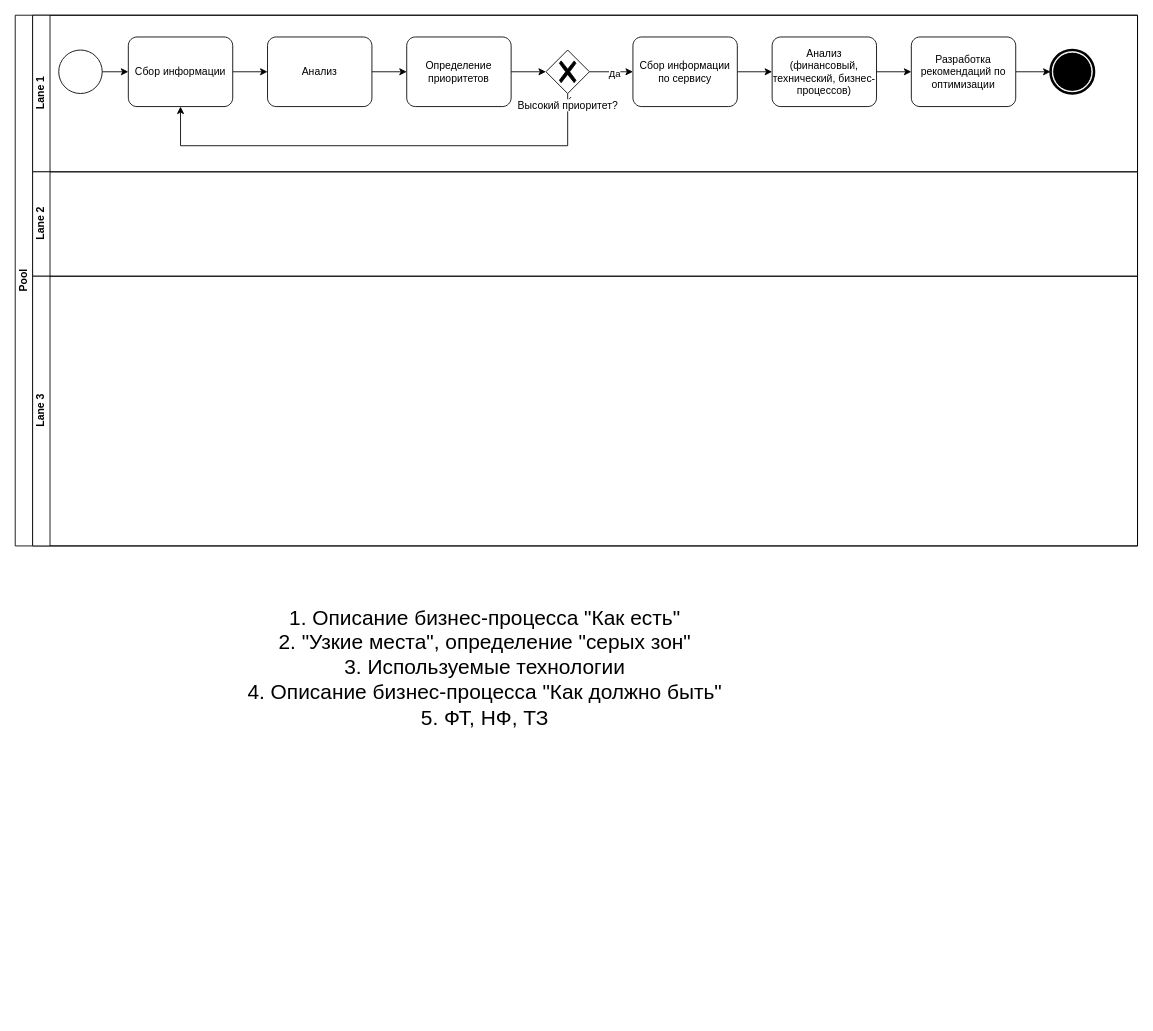
Earlier version of the draw.io diagram Диаграмма без названия.drawio (jsob/diagrams). Source tidied: cells renumbered, new cells numbered last; positions are measured from the earlier drawing's top-left corner, leaving out a move shared by most shapes. Both pictures are drawn from the tidied source at 87%, with x=0, y=0 at pixel (15, 15).
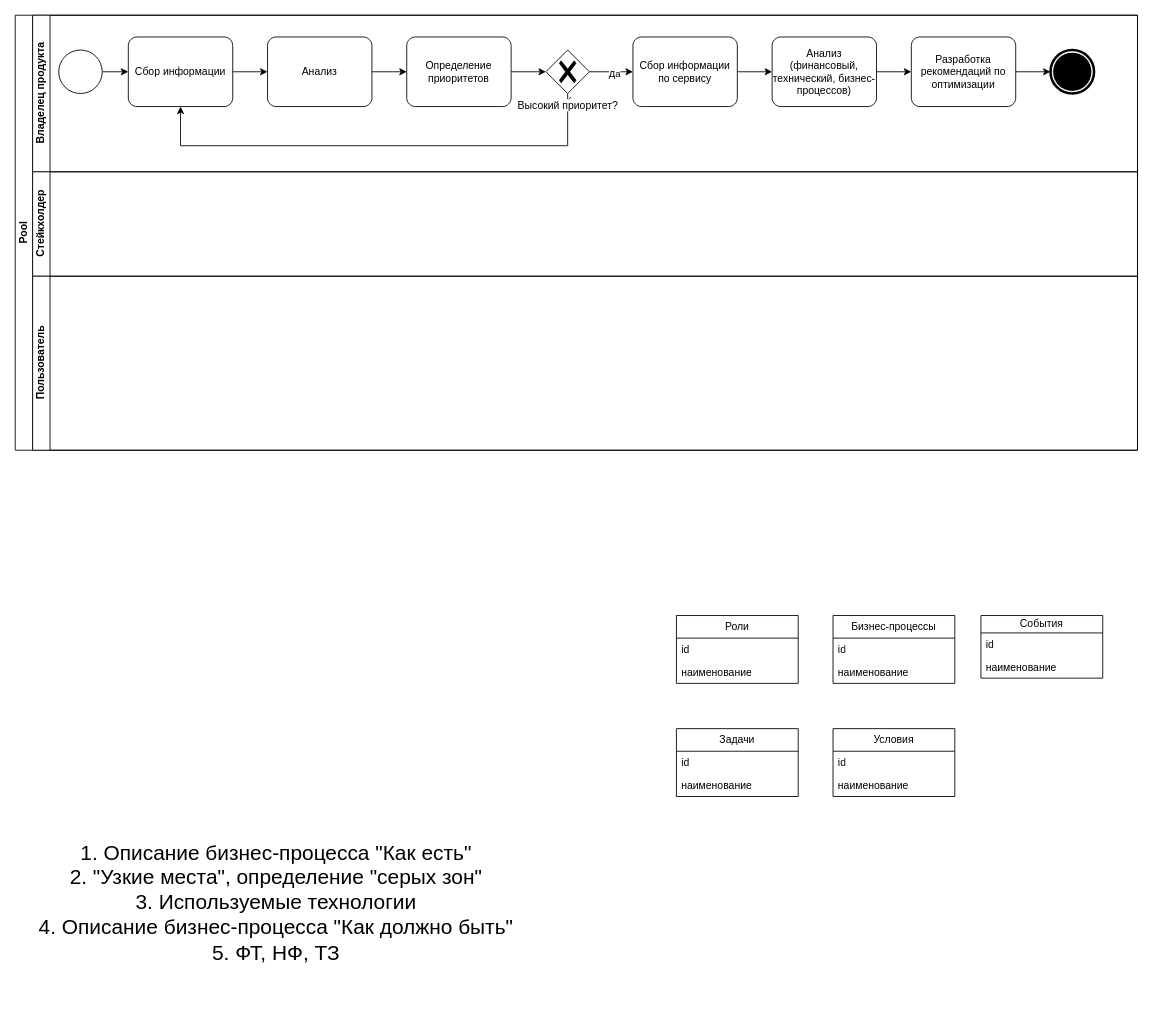
After the change.

Diff of the diagram source:
```diff
@@
-    <mxCell id="21" value="1. Описание бизнес-процесса &quot;Как есть&quot;&lt;br&gt;2. &quot;Узкие места&quot;, определение &quot;серых зон&quot;&lt;br&gt;3. Используемые технологии&lt;br&gt;4. Описание бизнес-процесса &quot;Как должно быть&quot;&lt;br&gt;5. ФТ, НФ, ТЗ" style="text;html=1;strokeColor=none;fillColor=none;align=center;verticalAlign=middle;whiteSpace=wrap;rounded=0;fontSize=24;" parent="1" vertex="1">
-      <mxGeometry x="250" y="620" width="580" height="260" as="geometry" />
-    </mxCell>
     <mxCell id="22" value="Pool" style="swimlane;html=1;horizontal=0;startSize=20;whiteSpace=wrap;" parent="1" vertex="1">
-      <mxGeometry width="1290" height="610" as="geometry" />
+      <mxGeometry width="1290" height="500" as="geometry" />
     </mxCell>
-    <mxCell id="23" value="Lane 1" style="swimlane;html=1;startSize=20;horizontal=0;" parent="22" vertex="1">
+    <mxCell id="23" value="Владелец продукта" style="swimlane;html=1;startSize=20;horizontal=0;" parent="22" vertex="1">
       <mxGeometry x="20" width="1270" height="180" as="geometry" />
     </mxCell>
-    <mxCell id="24" value="Lane 2" style="swimlane;html=1;startSize=20;horizontal=0;" parent="22" vertex="1">
+    <mxCell id="24" value="Стейкхолдер" style="swimlane;html=1;startSize=20;horizontal=0;" parent="22" vertex="1">
       <mxGeometry x="20" y="180" width="1270" height="120" as="geometry" />
     </mxCell>
-    <mxCell id="25" value="Lane 3" style="swimlane;html=1;startSize=20;horizontal=0;" parent="22" vertex="1">
-      <mxGeometry x="20" y="300" width="1270" height="310" as="geometry" />
+    <mxCell id="25" value="Пользователь" style="swimlane;html=1;startSize=20;horizontal=0;" parent="22" vertex="1">
+      <mxGeometry x="20" y="300" width="1270" height="200" as="geometry" />
     </mxCell>
+    <mxCell id="21" value="1. Описание бизнес-процесса &quot;Как есть&quot;&lt;br&gt;2. &quot;Узкие места&quot;, определение &quot;серых зон&quot;&lt;br&gt;3. Используемые технологии&lt;br&gt;4. Описание бизнес-процесса &quot;Как должно быть&quot;&lt;br&gt;5. ФТ, НФ, ТЗ" style="text;html=1;strokeColor=none;fillColor=none;align=center;verticalAlign=middle;whiteSpace=wrap;rounded=0;fontSize=24;" parent="1" vertex="1">
+      <mxGeometry x="10" y="890" width="580" height="260" as="geometry" />
+    </mxCell>
+    <mxCell id="26" value="Роли" style="swimlane;fontStyle=0;horizontal=1;startSize=26;fillColor=none;whiteSpace=wrap;html=1;" parent="1" vertex="1">
+      <mxGeometry x="760" y="690" width="140" height="78" as="geometry" />
+    </mxCell>
+    <mxCell id="27" value="id" style="text;strokeColor=none;fillColor=none;align=left;verticalAlign=top;spacingLeft=4;spacingRight=4;overflow=hidden;whiteSpace=wrap;html=1;" parent="26" vertex="1">
+      <mxGeometry y="26" width="140" height="26" as="geometry" />
+    </mxCell>
+    <mxCell id="28" value="наименование" style="text;strokeColor=none;fillColor=none;align=left;verticalAlign=top;spacingLeft=4;spacingRight=4;overflow=hidden;whiteSpace=wrap;html=1;" parent="26" vertex="1">
+      <mxGeometry y="52" width="140" height="26" as="geometry" />
+    </mxCell>
+    <mxCell id="29" value="Бизнес-процессы" style="swimlane;fontStyle=0;horizontal=1;startSize=26;fillColor=none;whiteSpace=wrap;html=1;" parent="1" vertex="1">
+      <mxGeometry x="940" y="690" width="140" height="78" as="geometry" />
+    </mxCell>
+    <mxCell id="30" value="id" style="text;strokeColor=none;fillColor=none;align=left;verticalAlign=top;spacingLeft=4;spacingRight=4;overflow=hidden;whiteSpace=wrap;html=1;" parent="29" vertex="1">
+      <mxGeometry y="26" width="140" height="26" as="geometry" />
+    </mxCell>
+    <mxCell id="31" value="наименование" style="text;strokeColor=none;fillColor=none;align=left;verticalAlign=top;spacingLeft=4;spacingRight=4;overflow=hidden;whiteSpace=wrap;html=1;" parent="29" vertex="1">
+      <mxGeometry y="52" width="140" height="26" as="geometry" />
+    </mxCell>
+    <mxCell id="32" value="Задачи" style="swimlane;fontStyle=0;horizontal=1;startSize=26;fillColor=none;whiteSpace=wrap;html=1;" parent="1" vertex="1">
+      <mxGeometry x="760" y="820" width="140" height="78" as="geometry" />
+    </mxCell>
+    <mxCell id="33" value="id" style="text;strokeColor=none;fillColor=none;align=left;verticalAlign=top;spacingLeft=4;spacingRight=4;overflow=hidden;whiteSpace=wrap;html=1;" parent="32" vertex="1">
+      <mxGeometry y="26" width="140" height="26" as="geometry" />
+    </mxCell>
+    <mxCell id="34" value="наименование" style="text;strokeColor=none;fillColor=none;align=left;verticalAlign=top;spacingLeft=4;spacingRight=4;overflow=hidden;whiteSpace=wrap;html=1;" parent="32" vertex="1">
+      <mxGeometry y="52" width="140" height="26" as="geometry" />
+    </mxCell>
+    <mxCell id="35" value="Условия" style="swimlane;fontStyle=0;horizontal=1;startSize=26;fillColor=none;whiteSpace=wrap;html=1;" parent="1" vertex="1">
+      <mxGeometry x="940" y="820" width="140" height="78" as="geometry" />
+    </mxCell>
+    <mxCell id="36" value="id" style="text;strokeColor=none;fillColor=none;align=left;verticalAlign=top;spacingLeft=4;spacingRight=4;overflow=hidden;whiteSpace=wrap;html=1;" parent="35" vertex="1">
+      <mxGeometry y="26" width="140" height="26" as="geometry" />
+    </mxCell>
+    <mxCell id="37" value="наименование" style="text;strokeColor=none;fillColor=none;align=left;verticalAlign=top;spacingLeft=4;spacingRight=4;overflow=hidden;whiteSpace=wrap;html=1;" parent="35" vertex="1">
+      <mxGeometry y="52" width="140" height="26" as="geometry" />
+    </mxCell>
+    <mxCell id="38" value="События" style="swimlane;fontStyle=0;horizontal=1;startSize=20;fillColor=none;whiteSpace=wrap;html=1;" parent="1" vertex="1">
+      <mxGeometry x="1110" y="690" width="140" height="72" as="geometry" />
+    </mxCell>
+    <mxCell id="39" value="id" style="text;strokeColor=none;fillColor=none;align=left;verticalAlign=top;spacingLeft=4;spacingRight=4;overflow=hidden;whiteSpace=wrap;html=1;" parent="38" vertex="1">
+      <mxGeometry y="20" width="140" height="26" as="geometry" />
+    </mxCell>
+    <mxCell id="40" value="наименование" style="text;strokeColor=none;fillColor=none;align=left;verticalAlign=top;spacingLeft=4;spacingRight=4;overflow=hidden;whiteSpace=wrap;html=1;" parent="38" vertex="1">
+      <mxGeometry y="46" width="140" height="26" as="geometry" />
+    </mxCell>
```
